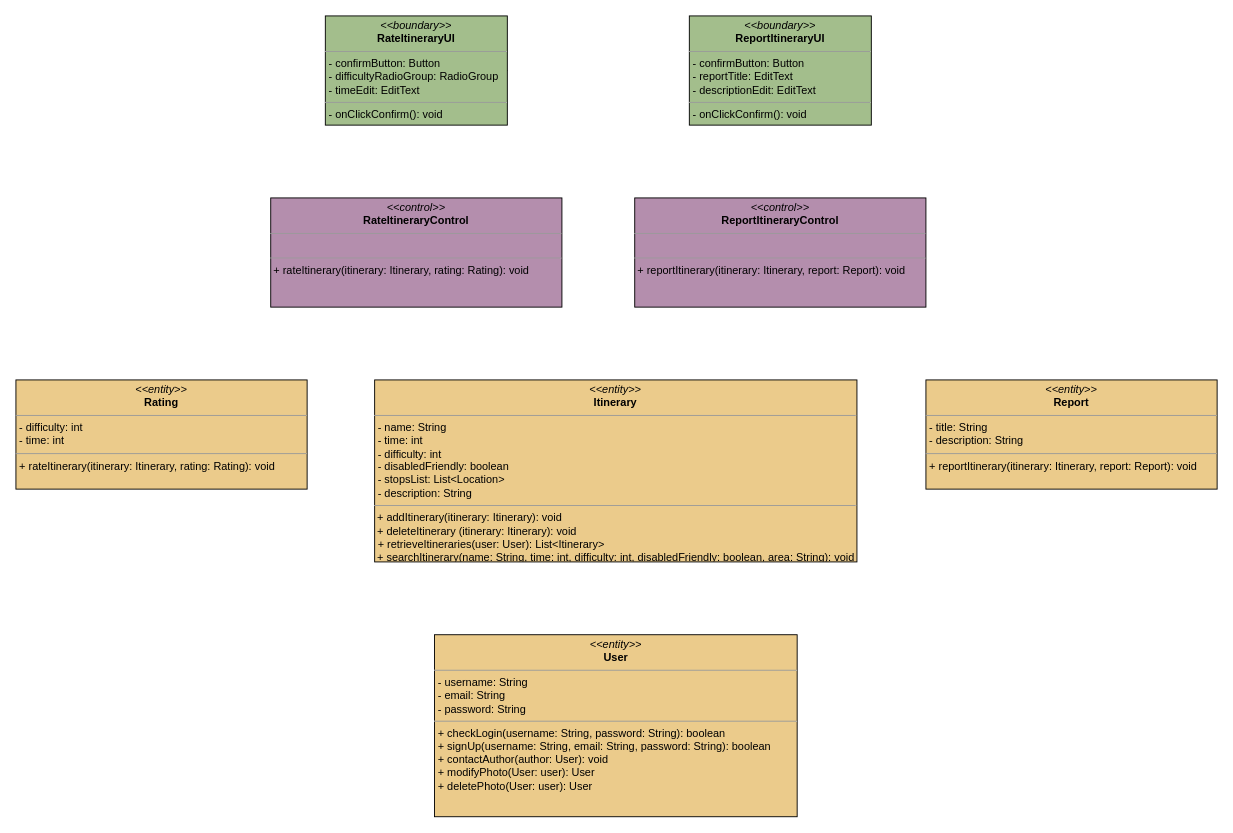
Above: page "Segnala + valuta" (10 of 10) of docs/ECB.drawio in archer-65/natour-2122 (draw.io), before the change. Source tidied: cells renumbered, new cells numbered last; positions are measured from the earlier drawing's top-left corner, leaving out a move shared by most shapes. Both pictures are drawn from the tidied source at 91%, with x=0, y=0 at pixel (15, 15).
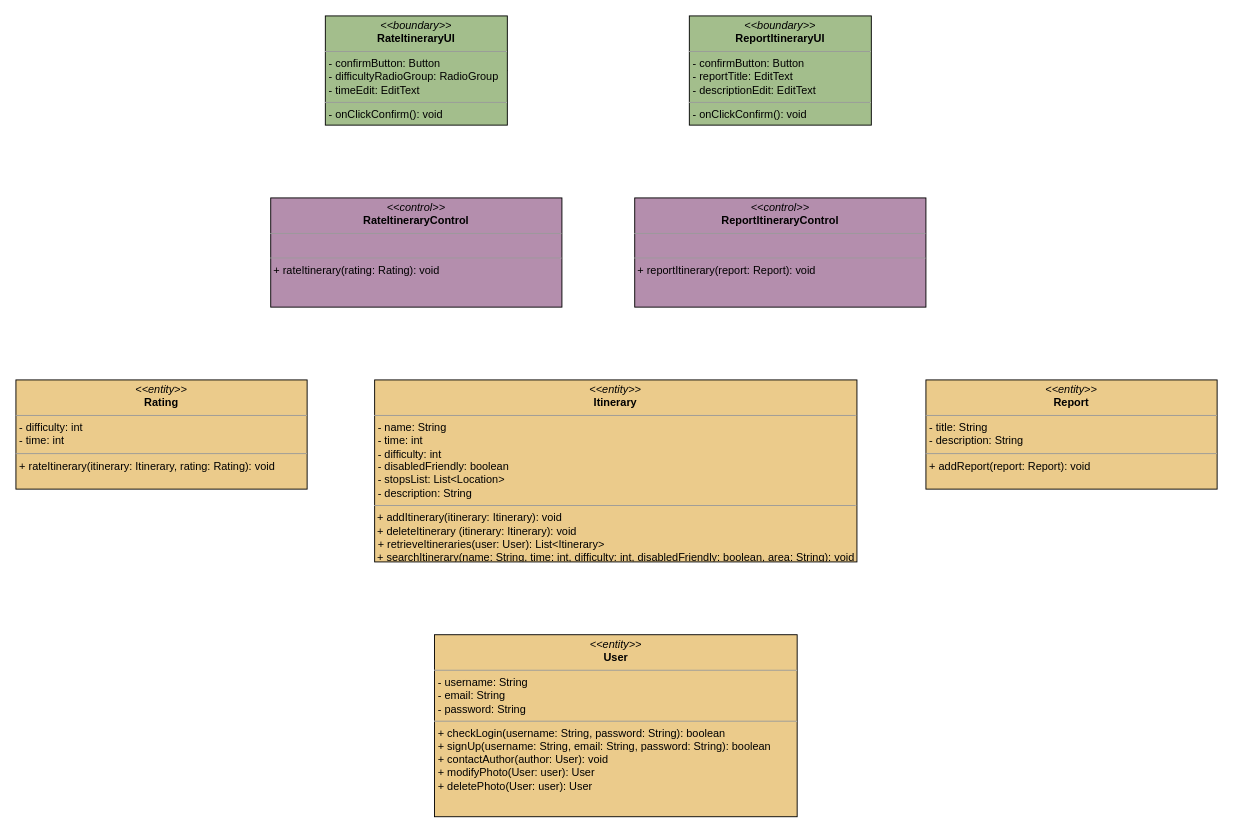
The same diagram, later.

Commit message (it also covers changes not shown here):
Sequence Diagrams updated

The edit, as a diff of the source:
```diff
@@
 <mxGraphModel>
   <root>
     <mxCell id="0" />
     <mxCell id="1" parent="0" />
-    <mxCell id="2" value="&lt;p style=&quot;margin: 0px ; margin-top: 4px ; text-align: center&quot;&gt;&lt;i&gt;&amp;lt;&amp;lt;control&amp;gt;&amp;gt;&lt;/i&gt;&lt;br&gt;&lt;b&gt;RateItineraryControl&lt;/b&gt;&lt;/p&gt;&lt;hr size=&quot;1&quot;&gt;&lt;p style=&quot;margin: 0px ; margin-left: 4px&quot;&gt;&lt;br&gt;&lt;/p&gt;&lt;hr size=&quot;1&quot;&gt;&lt;p style=&quot;margin: 0px ; margin-left: 4px&quot;&gt;&lt;/p&gt;&lt;span&gt;&amp;nbsp;+ rateItinerary(itinerary: Itinerary, rating: Rating): void&lt;br&gt;&lt;/span&gt;" style="verticalAlign=top;align=left;overflow=fill;fontSize=12;fontFamily=Helvetica;html=1;fillColor=#B48EAD;" parent="1" vertex="1">
+    <mxCell id="2" value="&lt;p style=&quot;margin: 0px ; margin-top: 4px ; text-align: center&quot;&gt;&lt;i&gt;&amp;lt;&amp;lt;control&amp;gt;&amp;gt;&lt;/i&gt;&lt;br&gt;&lt;b&gt;RateItineraryControl&lt;/b&gt;&lt;/p&gt;&lt;hr size=&quot;1&quot;&gt;&lt;p style=&quot;margin: 0px ; margin-left: 4px&quot;&gt;&lt;br&gt;&lt;/p&gt;&lt;hr size=&quot;1&quot;&gt;&lt;p style=&quot;margin: 0px ; margin-left: 4px&quot;&gt;&lt;/p&gt;&lt;span&gt;&amp;nbsp;+ rateItinerary(rating: Rating): void&lt;br&gt;&lt;/span&gt;" style="verticalAlign=top;align=left;overflow=fill;fontSize=12;fontFamily=Helvetica;html=1;fillColor=#B48EAD;" parent="1" vertex="1">
       <mxGeometry x="280" y="200" width="320" height="120" as="geometry" />
     </mxCell>
-    <mxCell id="3" value="&lt;p style=&quot;margin: 0px ; margin-top: 4px ; text-align: center&quot;&gt;&lt;i&gt;&amp;lt;&amp;lt;control&amp;gt;&amp;gt;&lt;/i&gt;&lt;br&gt;&lt;b&gt;ReportItineraryControl&lt;/b&gt;&lt;/p&gt;&lt;hr size=&quot;1&quot;&gt;&lt;p style=&quot;margin: 0px ; margin-left: 4px&quot;&gt;&lt;br&gt;&lt;/p&gt;&lt;hr size=&quot;1&quot;&gt;&lt;p style=&quot;margin: 0px ; margin-left: 4px&quot;&gt;&lt;/p&gt;&lt;span&gt;&amp;nbsp;+ reportItinerary(itinerary: Itinerary, report: Report): void&lt;br&gt;&lt;/span&gt;" style="verticalAlign=top;align=left;overflow=fill;fontSize=12;fontFamily=Helvetica;html=1;fillColor=#B48EAD;" parent="1" vertex="1">
+    <mxCell id="3" value="&lt;p style=&quot;margin: 0px ; margin-top: 4px ; text-align: center&quot;&gt;&lt;i&gt;&amp;lt;&amp;lt;control&amp;gt;&amp;gt;&lt;/i&gt;&lt;br&gt;&lt;b&gt;ReportItineraryControl&lt;/b&gt;&lt;/p&gt;&lt;hr size=&quot;1&quot;&gt;&lt;p style=&quot;margin: 0px ; margin-left: 4px&quot;&gt;&lt;br&gt;&lt;/p&gt;&lt;hr size=&quot;1&quot;&gt;&lt;p style=&quot;margin: 0px ; margin-left: 4px&quot;&gt;&lt;/p&gt;&lt;span&gt;&amp;nbsp;+ reportItinerary(report: Report): void&lt;br&gt;&lt;/span&gt;" style="verticalAlign=top;align=left;overflow=fill;fontSize=12;fontFamily=Helvetica;html=1;fillColor=#B48EAD;" parent="1" vertex="1">
       <mxGeometry x="680" y="200" width="320" height="120" as="geometry" />
     </mxCell>
     <mxCell id="4" style="edgeStyle=none;html=1;exitX=1;exitY=0.5;exitDx=0;exitDy=0;" parent="1" edge="1" source="5">
       <mxGeometry relative="1" as="geometry">
         <mxPoint x="490" y="59.8" as="targetPoint" />
       </mxGeometry>
     </mxCell>
     <mxCell id="5" value="&lt;p style=&quot;margin: 0px ; margin-top: 4px ; text-align: center&quot;&gt;&lt;i&gt;&amp;lt;&amp;lt;boundary&amp;gt;&amp;gt;&lt;/i&gt;&lt;br&gt;&lt;b&gt;RateItineraryUI&lt;/b&gt;&lt;/p&gt;&lt;hr size=&quot;1&quot;&gt;&lt;p style=&quot;margin: 0px ; margin-left: 4px&quot;&gt;&lt;span&gt;- confirmButton: Button&lt;/span&gt;&lt;br&gt;&lt;/p&gt;&lt;p style=&quot;margin: 0px ; margin-left: 4px&quot;&gt;&lt;span&gt;- difficultyRadioGroup: RadioGroup&lt;/span&gt;&lt;/p&gt;&lt;p style=&quot;margin: 0px ; margin-left: 4px&quot;&gt;&lt;span&gt;- timeEdit: EditText&lt;/span&gt;&lt;br&gt;&lt;/p&gt;&lt;hr size=&quot;1&quot;&gt;&lt;p style=&quot;margin: 0px 0px 0px 4px&quot;&gt;&lt;span&gt;- onClickConfirm(): void&lt;/span&gt;&lt;/p&gt;&lt;p style=&quot;margin: 0px 0px 0px 4px&quot;&gt;&lt;br&gt;&lt;/p&gt;" style="verticalAlign=top;align=left;overflow=fill;fontSize=12;fontFamily=Helvetica;html=1;fillColor=#A3BE8C;" parent="1" vertex="1">
       <mxGeometry x="340" width="200" height="120" as="geometry" />
     </mxCell>
     <mxCell id="6" value="&lt;p style=&quot;margin: 0px ; margin-top: 4px ; text-align: center&quot;&gt;&lt;i&gt;&amp;lt;&amp;lt;boundary&amp;gt;&amp;gt;&lt;/i&gt;&lt;br&gt;&lt;b&gt;ReportItineraryUI&lt;/b&gt;&lt;/p&gt;&lt;hr size=&quot;1&quot;&gt;&lt;p style=&quot;margin: 0px ; margin-left: 4px&quot;&gt;&lt;span&gt;- confirmButton: Button&lt;/span&gt;&lt;br&gt;&lt;/p&gt;&lt;p style=&quot;margin: 0px ; margin-left: 4px&quot;&gt;&lt;span&gt;- reportTitle: EditText&lt;/span&gt;&lt;/p&gt;&lt;p style=&quot;margin: 0px ; margin-left: 4px&quot;&gt;&lt;span&gt;- descriptionEdit: EditText&lt;/span&gt;&lt;br&gt;&lt;/p&gt;&lt;hr size=&quot;1&quot;&gt;&lt;p style=&quot;margin: 0px 0px 0px 4px&quot;&gt;&lt;span&gt;- onClickConfirm(): void&lt;/span&gt;&lt;/p&gt;&lt;p style=&quot;margin: 0px 0px 0px 4px&quot;&gt;&lt;br&gt;&lt;/p&gt;" style="verticalAlign=top;align=left;overflow=fill;fontSize=12;fontFamily=Helvetica;html=1;fillColor=#A3BE8C;" parent="1" vertex="1">
       <mxGeometry x="740" width="200" height="120" as="geometry" />
     </mxCell>
     <mxCell id="7" value="&lt;p style=&quot;margin: 0px ; margin-top: 4px ; text-align: center&quot;&gt;&lt;i&gt;&amp;lt;&amp;lt;entity&amp;gt;&amp;gt;&lt;/i&gt;&lt;br&gt;&lt;b&gt;Itinerary&lt;/b&gt;&lt;/p&gt;&lt;hr size=&quot;1&quot;&gt;&lt;p style=&quot;margin: 0px ; margin-left: 4px&quot;&gt;- name: String&lt;/p&gt;&lt;p style=&quot;margin: 0px ; margin-left: 4px&quot;&gt;- time: int&lt;/p&gt;&lt;p style=&quot;margin: 0px ; margin-left: 4px&quot;&gt;- difficulty: int&lt;/p&gt;&lt;p style=&quot;margin: 0px ; margin-left: 4px&quot;&gt;- disabledFriendly: boolean&lt;br&gt;&lt;/p&gt;&lt;p style=&quot;margin: 0px ; margin-left: 4px&quot;&gt;- stopsList: List&amp;lt;Location&amp;gt;&lt;/p&gt;&lt;p style=&quot;margin: 0px ; margin-left: 4px&quot;&gt;- description: String&lt;/p&gt;&lt;hr size=&quot;1&quot;&gt;&lt;p style=&quot;margin: 0px ; margin-left: 4px&quot;&gt;&lt;/p&gt;&amp;nbsp;+ addItinerary(itinerary: Itinerary): void&lt;br&gt;&amp;nbsp;+ deleteItinerary (itinerary: Itinerary): void&lt;br&gt;&lt;p style=&quot;margin: 0px 0px 0px 4px&quot;&gt;+ retrieveItineraries(user: User): List&amp;lt;Itinerary&amp;gt;&lt;/p&gt;&amp;nbsp;+ searchItinerary(name: String, time: int, difficulty: int, disabledFriendly: boolean, area: String): void" style="verticalAlign=top;align=left;overflow=fill;fontSize=12;fontFamily=Helvetica;html=1;fillColor=#EBCB8B;" parent="1" vertex="1">
       <mxGeometry x="394.2" y="400" width="530" height="200" as="geometry" />
     </mxCell>
     <mxCell id="8" value="&lt;p style=&quot;margin: 0px ; margin-top: 4px ; text-align: center&quot;&gt;&lt;i&gt;&amp;lt;&amp;lt;entity&amp;gt;&amp;gt;&lt;/i&gt;&lt;br&gt;&lt;b&gt;User&lt;/b&gt;&lt;/p&gt;&lt;hr size=&quot;1&quot;&gt;&lt;p style=&quot;margin: 0px ; margin-left: 4px&quot;&gt;- username: String&lt;br&gt;- email: String&lt;/p&gt;&lt;p style=&quot;margin: 0px ; margin-left: 4px&quot;&gt;- password: String&lt;/p&gt;&lt;hr size=&quot;1&quot;&gt;&lt;p style=&quot;margin: 0px 0px 0px 4px&quot;&gt;+&amp;nbsp;checkLogin(username: String, password: String): boolean&lt;span&gt;&amp;nbsp;&lt;/span&gt;&lt;/p&gt;&lt;p style=&quot;margin: 0px ; margin-left: 4px&quot;&gt;+ signUp(username: String, email: String, password: String): boolean&lt;/p&gt;&lt;p style=&quot;margin: 0px ; margin-left: 4px&quot;&gt;+ contactAuthor(author: User): void&lt;/p&gt;&lt;p style=&quot;margin: 0px ; margin-left: 4px&quot;&gt;&lt;span&gt;+ modifyPhoto(User: user): User&lt;/span&gt;&lt;br&gt;&lt;/p&gt;&lt;p style=&quot;margin: 0px 0px 0px 4px&quot;&gt;+ deletePhoto(User: user): User&lt;/p&gt;" style="verticalAlign=top;align=left;overflow=fill;fontSize=12;fontFamily=Helvetica;html=1;fillColor=#EBCB8B;" parent="1" vertex="1">
       <mxGeometry x="460" y="680" width="398.5" height="200" as="geometry" />
     </mxCell>
     <mxCell id="9" value="&lt;p style=&quot;margin: 0px ; margin-top: 4px ; text-align: center&quot;&gt;&lt;i&gt;&amp;lt;&amp;lt;entity&amp;gt;&amp;gt;&lt;/i&gt;&lt;br&gt;&lt;b&gt;Rating&lt;/b&gt;&lt;/p&gt;&lt;hr size=&quot;1&quot;&gt;&lt;p style=&quot;margin: 0px ; margin-left: 4px&quot;&gt;- difficulty: int&lt;br&gt;- time: int&lt;/p&gt;&lt;hr size=&quot;1&quot;&gt;&lt;p style=&quot;margin: 0px 0px 0px 4px&quot;&gt;+ rateItinerary(itinerary: Itinerary, rating: Rating): void&lt;br&gt;&lt;/p&gt;" style="verticalAlign=top;align=left;overflow=fill;fontSize=12;fontFamily=Helvetica;html=1;fillColor=#EBCB8B;" parent="1" vertex="1">
       <mxGeometry y="400" width="320" height="120" as="geometry" />
     </mxCell>
-    <mxCell id="10" value="&lt;p style=&quot;margin: 0px ; margin-top: 4px ; text-align: center&quot;&gt;&lt;i&gt;&amp;lt;&amp;lt;entity&amp;gt;&amp;gt;&lt;/i&gt;&lt;br&gt;&lt;b&gt;Report&lt;/b&gt;&lt;/p&gt;&lt;hr size=&quot;1&quot;&gt;&lt;p style=&quot;margin: 0px ; margin-left: 4px&quot;&gt;- title: String&lt;br&gt;- description: String&lt;/p&gt;&lt;hr size=&quot;1&quot;&gt;&lt;p style=&quot;margin: 0px 0px 0px 4px&quot;&gt;+ reportItinerary(itinerary: Itinerary, report: Report): void&lt;br&gt;&lt;/p&gt;" style="verticalAlign=top;align=left;overflow=fill;fontSize=12;fontFamily=Helvetica;html=1;fillColor=#EBCB8B;" parent="1" vertex="1">
+    <mxCell id="10" value="&lt;p style=&quot;margin: 0px ; margin-top: 4px ; text-align: center&quot;&gt;&lt;i&gt;&amp;lt;&amp;lt;entity&amp;gt;&amp;gt;&lt;/i&gt;&lt;br&gt;&lt;b&gt;Report&lt;/b&gt;&lt;/p&gt;&lt;hr size=&quot;1&quot;&gt;&lt;p style=&quot;margin: 0px ; margin-left: 4px&quot;&gt;- title: String&lt;br&gt;- description: String&lt;/p&gt;&lt;hr size=&quot;1&quot;&gt;&lt;p style=&quot;margin: 0px 0px 0px 4px&quot;&gt;+ addReport(report: Report): void&lt;br&gt;&lt;/p&gt;" style="verticalAlign=top;align=left;overflow=fill;fontSize=12;fontFamily=Helvetica;html=1;fillColor=#EBCB8B;" parent="1" vertex="1">
       <mxGeometry x="1000" y="400" width="320" height="120" as="geometry" />
     </mxCell>
   </root>
 </mxGraphModel>
```
